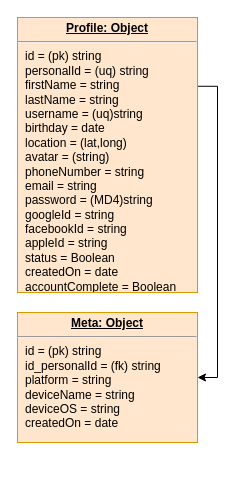
blusclips/chiefcepho keeps this draw.io diagram as Untitled Diagram.drawio. Above is the earlier version. Source tidied: cells renumbered, new cells numbered last; positions are measured from the earlier drawing's top-left corner, leaving out a move shared by most shapes. Both pictures are drawn from the tidied source at 100%, with x=0, y=0 at pixel (17, 17).
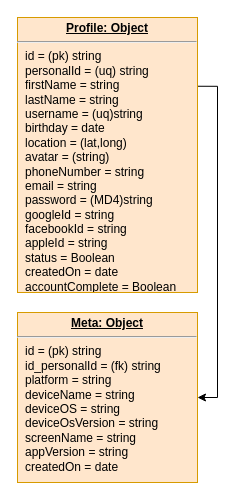
After the change.

Commit message:
Added another options in the meta fields

Diff of the diagram source:
```diff
@@
 <mxGraphModel background="#ffffff">
   <root>
     <mxCell id="0" />
     <mxCell id="1" parent="0" />
     <mxCell id="2" style="edgeStyle=orthogonalEdgeStyle;rounded=0;jettySize=auto;html=1;exitX=0;exitY=0.75;exitDx=0;exitDy=0;entryX=0;entryY=0.5;entryDx=0;entryDy=0;" parent="1" edge="1" source="3" target="4">
       <mxGeometry relative="1" as="geometry" />
     </mxCell>
     <mxCell id="3" value="&lt;p style=&quot;margin: 4px 0px 0px ; text-align: center&quot;&gt;&lt;b&gt;&lt;u&gt;Profile: Object&lt;/u&gt;&lt;/b&gt;&lt;br&gt;&lt;/p&gt;&lt;hr&gt;&lt;p style=&quot;margin: 0px ; margin-left: 8px&quot;&gt;id = (pk) string&lt;/p&gt;&lt;p style=&quot;margin: 0px ; margin-left: 8px&quot;&gt;personalId = (uq) string&lt;br&gt;firstName = string&lt;br&gt;lastName = string&lt;/p&gt;&lt;p style=&quot;margin: 0px ; margin-left: 8px&quot;&gt;username = (uq)string&lt;br&gt;&lt;/p&gt;&lt;p style=&quot;margin: 0px ; margin-left: 8px&quot;&gt;birthday = date&lt;br&gt;&lt;/p&gt;&lt;p style=&quot;margin: 0px ; margin-left: 8px&quot;&gt;location = (lat,long)&lt;br&gt;&lt;/p&gt;&lt;p style=&quot;margin: 0px ; margin-left: 8px&quot;&gt;avatar = (string)&lt;/p&gt;&lt;p style=&quot;margin: 0px ; margin-left: 8px&quot;&gt;phoneNumber = string&lt;br&gt;&lt;/p&gt;&lt;p style=&quot;margin: 0px ; margin-left: 8px&quot;&gt;email = string&lt;br&gt;&lt;/p&gt;&lt;p style=&quot;margin: 0px ; margin-left: 8px&quot;&gt;password = (MD4)string&lt;br&gt;&lt;/p&gt;&lt;p style=&quot;margin: 0px ; margin-left: 8px&quot;&gt;googleId = string&lt;/p&gt;&lt;p style=&quot;margin: 0px ; margin-left: 8px&quot;&gt;facebookId = string&lt;/p&gt;&lt;p style=&quot;margin: 0px ; margin-left: 8px&quot;&gt;appleId = string&lt;/p&gt;&lt;p style=&quot;margin: 0px ; margin-left: 8px&quot;&gt;status = Boolean&lt;/p&gt;&lt;p style=&quot;margin: 0px ; margin-left: 8px&quot;&gt;createdOn = date&lt;/p&gt;&lt;p style=&quot;margin: 0px ; margin-left: 8px&quot;&gt;&lt;span&gt;accountComplete = Boolean&lt;/span&gt;&lt;br&gt;&lt;/p&gt;" style="verticalAlign=top;align=left;overflow=fill;fontSize=12;fontFamily=Helvetica;html=1;rounded=0;shadow=0;comic=0;labelBackgroundColor=none;strokeWidth=1;direction=west;fillColor=#ffe6cc;strokeColor=#d79b00;" parent="1" vertex="1">
       <mxGeometry width="180" height="275" as="geometry" />
     </mxCell>
-    <mxCell id="4" value="&lt;p style=&quot;margin: 4px 0px 0px ; text-align: center&quot;&gt;&lt;b&gt;&lt;u&gt;Meta: Object&lt;/u&gt;&lt;/b&gt;&lt;br&gt;&lt;/p&gt;&lt;hr&gt;&lt;p style=&quot;margin: 0px ; margin-left: 8px&quot;&gt;id = (pk) string&lt;/p&gt;&lt;p style=&quot;margin: 0px ; margin-left: 8px&quot;&gt;id_personalId = (fk) string&lt;br&gt;platform = string&lt;br&gt;deviceName = string&lt;/p&gt;&lt;p style=&quot;margin: 0px ; margin-left: 8px&quot;&gt;deviceOS = string&lt;/p&gt;&lt;p style=&quot;margin: 0px ; margin-left: 8px&quot;&gt;createdOn = date&lt;/p&gt;" style="verticalAlign=top;align=left;overflow=fill;fontSize=12;fontFamily=Helvetica;html=1;rounded=0;shadow=0;comic=0;labelBackgroundColor=none;strokeWidth=1;direction=west;fillColor=#ffe6cc;strokeColor=#d79b00;" parent="1" vertex="1">
-      <mxGeometry y="295" width="180" height="130" as="geometry" />
+    <mxCell id="4" value="&lt;p style=&quot;margin: 4px 0px 0px ; text-align: center&quot;&gt;&lt;b&gt;&lt;u&gt;Meta: Object&lt;/u&gt;&lt;/b&gt;&lt;br&gt;&lt;/p&gt;&lt;hr&gt;&lt;p style=&quot;margin: 0px ; margin-left: 8px&quot;&gt;id = (pk) string&lt;/p&gt;&lt;p style=&quot;margin: 0px ; margin-left: 8px&quot;&gt;id_personalId = (fk) string&lt;br&gt;platform = string&lt;br&gt;deviceName = string&lt;/p&gt;&lt;p style=&quot;margin: 0px ; margin-left: 8px&quot;&gt;deviceOS = string&lt;/p&gt;&lt;p style=&quot;margin: 0px ; margin-left: 8px&quot;&gt;deviceOsVersion = string&lt;/p&gt;&lt;p style=&quot;margin: 0px ; margin-left: 8px&quot;&gt;screenName = string&lt;/p&gt;&lt;p style=&quot;margin: 0px ; margin-left: 8px&quot;&gt;appVersion = string&lt;/p&gt;&lt;p style=&quot;margin: 0px ; margin-left: 8px&quot;&gt;createdOn = date&lt;/p&gt;" style="verticalAlign=top;align=left;overflow=fill;fontSize=12;fontFamily=Helvetica;html=1;rounded=0;shadow=0;comic=0;labelBackgroundColor=none;strokeWidth=1;direction=west;fillColor=#ffe6cc;strokeColor=#d79b00;" parent="1" vertex="1">
+      <mxGeometry y="295" width="180" height="170" as="geometry" />
     </mxCell>
   </root>
 </mxGraphModel>
```
